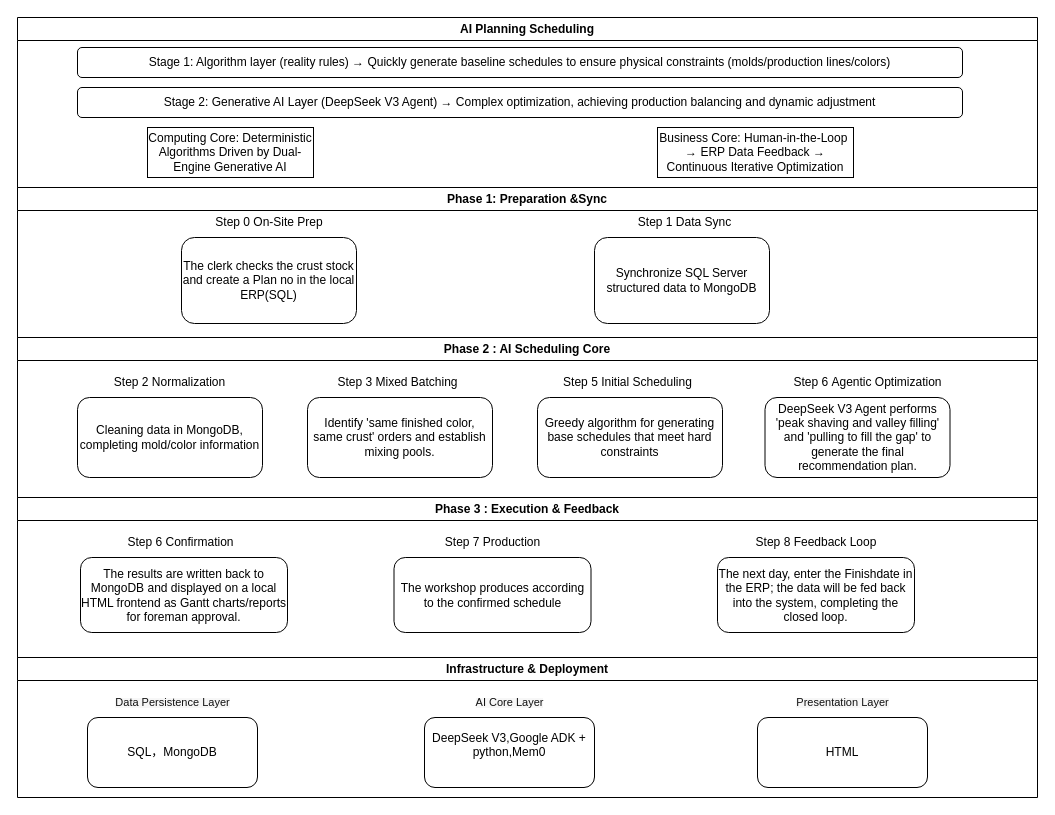
Jbmlier/framework keeps this draw.io diagram as TT AI SCHEDULING.drawio. Above is the earlier version. Source tidied: cells renumbered, new cells numbered last; positions are measured from the earlier drawing's top-left corner, leaving out a move shared by most shapes. Both pictures are drawn from the tidied source at 100%, with x=0, y=0 at pixel (17, 17).
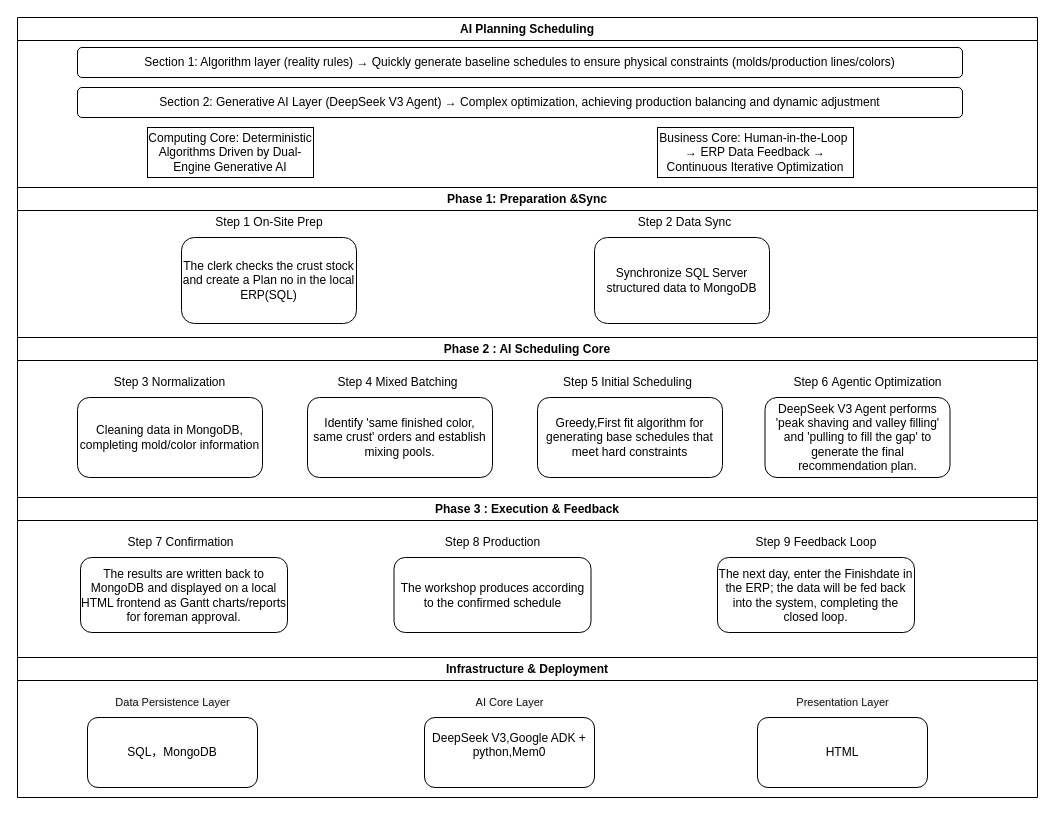
The same page after the edit.

The change refers to these unchanged cells:
```xml
<mxCell id="9" value="Phase&amp;nbsp;3 : Execution &amp;amp; Feedback" style="swimlane;whiteSpace=wrap;html=1;" parent="1" vertex="1">
  <mxGeometry y="480" width="1020" height="160" as="geometry" />
</mxCell>
<mxCell id="16" value="Phase&amp;nbsp;2 : AI Scheduling Core" style="swimlane;whiteSpace=wrap;html=1;" parent="1" vertex="1">
  <mxGeometry y="320" width="1020" height="160" as="geometry" />
</mxCell>
<mxCell id="25" value="Phase 1: Preparation &amp;amp;Sync" style="swimlane;whiteSpace=wrap;html=1;" parent="1" vertex="1">
  <mxGeometry y="170" width="1020" height="150" as="geometry" />
</mxCell>
<mxCell id="30" value="AI Planning Scheduling" style="swimlane;whiteSpace=wrap;html=1;" parent="1" vertex="1">
  <mxGeometry width="1020" height="170" as="geometry" />
</mxCell>
```

What changed in the source:
```diff
@@
-    <mxCell id="10" value="Step 6 Confirmation" style="text;html=1;whiteSpace=wrap;strokeColor=none;fillColor=none;align=center;verticalAlign=middle;rounded=0;" parent="9" vertex="1">
+    <mxCell id="10" value="Step 7 Confirmation" style="text;html=1;whiteSpace=wrap;strokeColor=none;fillColor=none;align=center;verticalAlign=middle;rounded=0;" parent="9" vertex="1">
       <mxGeometry x="101" y="30" width="125" height="30" as="geometry" />
     </mxCell>
-    <mxCell id="11" value="Step 7&amp;nbsp;Production" style="text;html=1;whiteSpace=wrap;strokeColor=none;fillColor=none;align=center;verticalAlign=middle;rounded=0;" parent="9" vertex="1">
+    <mxCell id="11" value="Step 8 Production" style="text;html=1;whiteSpace=wrap;strokeColor=none;fillColor=none;align=center;verticalAlign=middle;rounded=0;" parent="9" vertex="1">
       <mxGeometry x="407.5" y="30" width="135" height="30" as="geometry" />
     </mxCell>
-    <mxCell id="12" value="Step 8&amp;nbsp;Feedback Loop" style="text;html=1;whiteSpace=wrap;strokeColor=none;fillColor=none;align=center;verticalAlign=middle;rounded=0;" parent="9" vertex="1">
+    <mxCell id="12" value="Step 9 Feedback Loop" style="text;html=1;whiteSpace=wrap;strokeColor=none;fillColor=none;align=center;verticalAlign=middle;rounded=0;" parent="9" vertex="1">
       <mxGeometry x="722.8" y="30" width="151.5" height="30" as="geometry" />
     </mxCell>
@@
-    <mxCell id="17" value="Step 2&amp;nbsp;Normalization" style="text;html=1;whiteSpace=wrap;strokeColor=none;fillColor=none;align=center;verticalAlign=middle;rounded=0;" parent="16" vertex="1">
+    <mxCell id="17" value="Step 3 Normalization" style="text;html=1;whiteSpace=wrap;strokeColor=none;fillColor=none;align=center;verticalAlign=middle;rounded=0;" parent="16" vertex="1">
       <mxGeometry x="90" y="30" width="125" height="30" as="geometry" />
     </mxCell>
-    <mxCell id="18" value="Step 3&amp;nbsp;Mixed Batching" style="text;html=1;whiteSpace=wrap;strokeColor=none;fillColor=none;align=center;verticalAlign=middle;rounded=0;" parent="16" vertex="1">
+    <mxCell id="18" value="Step 4 Mixed Batching" style="text;html=1;whiteSpace=wrap;strokeColor=none;fillColor=none;align=center;verticalAlign=middle;rounded=0;" parent="16" vertex="1">
       <mxGeometry x="317.5" y="30" width="125" height="30" as="geometry" />
     </mxCell>
@@
-    <mxCell id="23" value="Greedy algorithm for generating base schedules that meet hard constraints" style="rounded=1;whiteSpace=wrap;html=1;" parent="16" vertex="1">
+    <mxCell id="23" value="Greedy,First fit algorithm for generating base schedules that meet hard constraints" style="rounded=1;whiteSpace=wrap;html=1;" parent="16" vertex="1">
       <mxGeometry x="520" y="60" width="185" height="80" as="geometry" />
     </mxCell>
@@
-    <mxCell id="26" value="Step 0 On-Site Prep" style="text;html=1;whiteSpace=wrap;strokeColor=none;fillColor=none;align=center;verticalAlign=middle;rounded=0;" parent="25" vertex="1">
+    <mxCell id="26" value="Step 1 On-Site Prep" style="text;html=1;whiteSpace=wrap;strokeColor=none;fillColor=none;align=center;verticalAlign=middle;rounded=0;" parent="25" vertex="1">
       <mxGeometry x="196.5" y="20" width="110" height="30" as="geometry" />
     </mxCell>
-    <mxCell id="27" value="Step 1 Data Sync" style="text;html=1;whiteSpace=wrap;strokeColor=none;fillColor=none;align=center;verticalAlign=middle;rounded=0;" parent="25" vertex="1">
+    <mxCell id="27" value="Step 2 Data Sync" style="text;html=1;whiteSpace=wrap;strokeColor=none;fillColor=none;align=center;verticalAlign=middle;rounded=0;" parent="25" vertex="1">
       <mxGeometry x="610" y="20" width="115" height="30" as="geometry" />
     </mxCell>
@@
-    <mxCell id="31" value="Stage 1: Algorithm layer (reality rules) → Quickly generate baseline schedules to ensure physical constraints (molds/production lines/colors)" style="rounded=1;whiteSpace=wrap;html=1;" parent="30" vertex="1">
+    <mxCell id="31" value="Section 1: Algorithm layer (reality rules) → Quickly generate baseline schedules to ensure physical constraints (molds/production lines/colors)" style="rounded=1;whiteSpace=wrap;html=1;" parent="30" vertex="1">
       <mxGeometry x="60" y="30" width="885" height="30" as="geometry" />
     </mxCell>
-    <mxCell id="32" value="Stage 2: Generative AI Layer (DeepSeek V3 Agent) → Complex optimization, achieving production balancing and dynamic adjustment" style="rounded=1;whiteSpace=wrap;html=1;" parent="30" vertex="1">
+    <mxCell id="32" value="Section 2: Generative AI Layer (DeepSeek V3 Agent) → Complex optimization, achieving production balancing and dynamic adjustment" style="rounded=1;whiteSpace=wrap;html=1;" parent="30" vertex="1">
       <mxGeometry x="60" y="70" width="885" height="30" as="geometry" />
     </mxCell>
```
